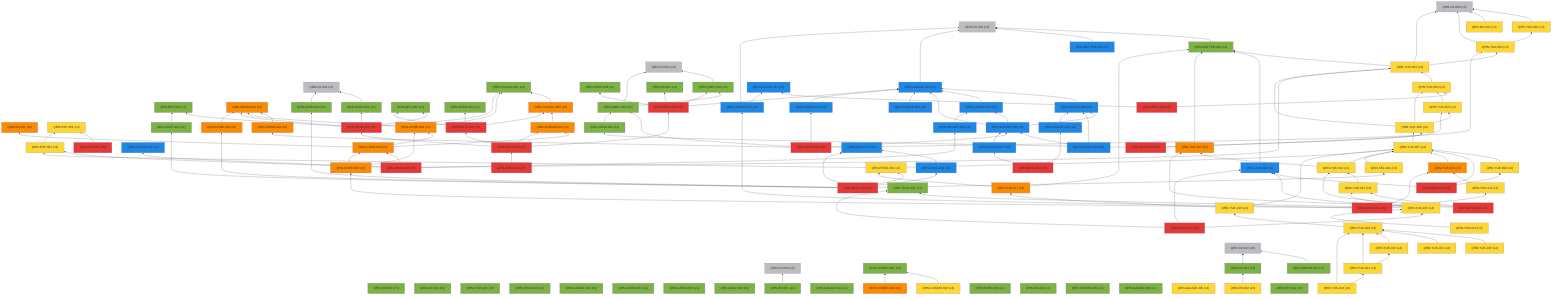
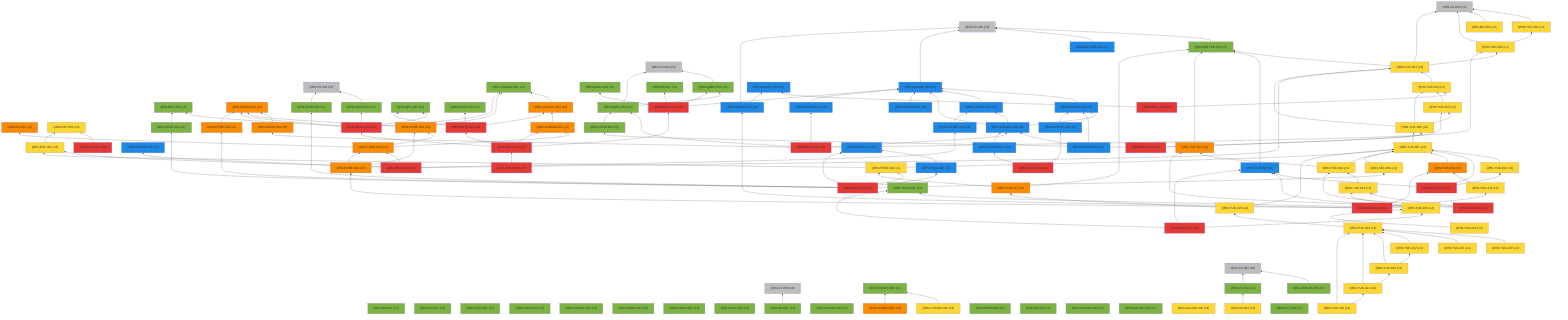
%% 自動生成 (dag/report.pl) — QRN 主張依存グラフ
graph BT
  QRN_C0_001["QRN-C0-001 (c0)"]:::c0
  QRN_C0_002["QRN-C0-002 (c0)"]:::c0
  QRN_C0_003["QRN-C0-003 (c0)"]:::c0
  QRN_C0_004["QRN-C0-004 (c0)"]:::c0
  QRN_C0_005["QRN-C0-005 (c0)"]:::c0
  QRN_C0_006["QRN-C0-006 (c0)"]:::c0
  QRN_QM_001["QRN-QM-001 (c1)"]:::c1
  QRN_GR_001["QRN-GR-001 (c1)"]:::c1
  QRN_STAT_001["QRN-STAT-001 (c1)"]:::c1
  QRN_FIELD_001["QRN-FIELD-001 (c1)"]:::c1
  QRN_GAUGE_001["QRN-GAUGE-001 (c1)"]:::c1
  QRN_ENT_001["QRN-ENT-001 (c1)"]:::c1
  QRN_GEOM_001["QRN-GEOM-001 (c1)"]:::c1
  QRN_GEOM_002["QRN-GEOM-002 (c1)"]:::c1
  QRN_GEOM_003["QRN-GEOM-003 (c3)"]:::c3
  QRN_GRAV_001["QRN-GRAV-001 (c1)"]:::c1
  QRN_GRAV_002["QRN-GRAV-002 (c1)"]:::c1
  QRN_BH_001["QRN-BH-001 (c1)"]:::c1
  QRN_CAUSAL_001["QRN-CAUSAL-001 (c1)"]:::c1
  QRN_CAUSAL_002["QRN-CAUSAL-002 (c3)"]:::c3
  QRN_ER_001["QRN-ER-001 (c3)"]:::c3
  QRN_QEC_001["QRN-QEC-001 (c1)"]:::c1
  QRN_GAUGE_002["QRN-GAUGE-002 (c1)"]:::c1
  QRN_COSMO_001["QRN-COSMO-001 (c1)"]:::c1
  QRN_COSMO_002["QRN-COSMO-002 (c4)"]:::c4
  QRN_COSMO_003["QRN-COSMO-003 (c3)"]:::c3
  QRN_BORN_001["QRN-BORN-001 (c1)"]:::c1
  QRN_BORN_002["QRN-BORN-002 (c1)"]:::c1
  QRN_GRAV_003["QRN-GRAV-003 (c1)"]:::c1
  QRN_KK_001["QRN-KK-001 (c1)"]:::c1
  QRN_MATTER_001["QRN-MATTER-001 (c1)"]:::c1
  QRN_MATTER_002["QRN-MATTER-002 (c2)"]:::c2
  QRN_COSMO_004["QRN-COSMO-004 (c1)"]:::c1
  QRN_EXP_001["QRN-EXP-001 (c4)"]:::c4
  QRN_GAUGE_003["QRN-GAUGE-003 (c2)"]:::c2
  QRN_GAUGE_004["QRN-GAUGE-004 (c1)"]:::c1
  QRN_GAUGE_005["QRN-GAUGE-005 (c4)"]:::c4
  QRN_YUK_001["QRN-YUK-001 (c4)"]:::c4
  QRN_RG_001["QRN-RG-001 (c1)"]:::c1
  QRN_UNRUH_001["QRN-UNRUH-001 (c1)"]:::c1
  QRN_QNEC_001["QRN-QNEC-001 (c1)"]:::c1
  QRN_NU_001["QRN-NU-001 (c4)"]:::c4
  QRN_GAUGE_006["QRN-GAUGE-006 (c2)"]:::c2
  QRN_DS_001["QRN-DS-001 (c1)"]:::c1
  QRN_DS_002["QRN-DS-002 (c4)"]:::c4
  QRN_ARROW_001["QRN-ARROW-001 (c3)"]:::c3
  QRN_GAUGE_007["QRN-GAUGE-007 (c2)"]:::c2
  QRN_EFT_001["QRN-EFT-001 (c1)"]:::c1
  QRN_GAUGE_008["QRN-GAUGE-008 (c2)"]:::c2
  QRN_GAUGE_009["QRN-GAUGE-009 (c2)"]:::c2
  QRN_GAUGE_010["QRN-GAUGE-010 (c2)"]:::c2
  QRN_QNEC_002["QRN-QNEC-002 (c1)"]:::c1
  QRN_GEOM_004["QRN-GEOM-004 (c3)"]:::c3
  QRN_YUK_002["QRN-YUK-002 (c4)"]:::c4
  QRN_EXP_002["QRN-EXP-002 (c5)"]:::c5
  QRN_CORE_001["QRN-CORE-001 (c3)"]:::c3
  QRN_GAUGE_011["QRN-GAUGE-011 (c2)"]:::c2
  QRN_GAUGE_012["QRN-GAUGE-012 (c2)"]:::c2
  QRN_YUK_003["QRN-YUK-003 (c4)"]:::c4
  QRN_EXP_003["QRN-EXP-003 (c4)"]:::c4
  QRN_CORE_002["QRN-CORE-002 (c3)"]:::c3
  QRN_GAUGE_013["QRN-GAUGE-013 (c2)"]:::c2
  QRN_YUK_004["QRN-YUK-004 (c4)"]:::c4
  QRN_GAUGE_014["QRN-GAUGE-014 (c2)"]:::c2
  QRN_META_001["QRN-META-001 (c5)"]:::c5
  QRN_META_002["QRN-META-002 (c5)"]:::c5
  QRN_META_003["QRN-META-003 (c5)"]:::c5
  QRN_META_004["QRN-META-004 (c5)"]:::c5
  QRN_META_005["QRN-META-005 (c5)"]:::c5
  QRN_META_006["QRN-META-006 (c5)"]:::c5
  QRN_META_007["QRN-META-007 (c5)"]:::c5
  QRN_META_008["QRN-META-008 (c5)"]:::c5
  QRN_YUK_005["QRN-YUK-005 (c4)"]:::c4
  QRN_YUK_006["QRN-YUK-006 (c4)"]:::c4
  QRN_CORE_003["QRN-CORE-003 (c1)"]:::c1
  QRN_META_009["QRN-META-009 (c5)"]:::c5
  QRN_YUK_007["QRN-YUK-007 (c4)"]:::c4
  QRN_YUK_008["QRN-YUK-008 (c4)"]:::c4
  QRN_YUK_009["QRN-YUK-009 (c2)"]:::c2
  QRN_META_010["QRN-META-010 (c5)"]:::c5
  QRN_GAUGE_015["QRN-GAUGE-015 (c2)"]:::c2
  QRN_YUK_010["QRN-YUK-010 (c3)"]:::c3
  QRN_YUK_011["QRN-YUK-011 (c4)"]:::c4
  QRN_CORE_004["QRN-CORE-004 (c3)"]:::c3
  QRN_META_011["QRN-META-011 (c5)"]:::c5
  QRN_YUK_012["QRN-YUK-012 (c3)"]:::c3
  QRN_YUK_013["QRN-YUK-013 (c4)"]:::c4
  QRN_YUK_014["QRN-YUK-014 (c4)"]:::c4
  QRN_META_012["QRN-META-012 (c5)"]:::c5
  QRN_TOOL_001["QRN-TOOL-001 (c1)"]:::c1
  QRN_YUK_015["QRN-YUK-015 (c4)"]:::c4
  QRN_META_013["QRN-META-013 (c5)"]:::c5
  QRN_GAUGE_016["QRN-GAUGE-016 (c2)"]:::c2
  QRN_GAUGE_017["QRN-GAUGE-017 (c2)"]:::c2
  QRN_META_014["QRN-META-014 (c5)"]:::c5
  QRN_META_015["QRN-META-015 (c2)"]:::c2
  QRN_TOOL_002["QRN-TOOL-002 (c2)"]:::c2
  QRN_CORE_005["QRN-CORE-005 (c3)"]:::c3
  QRN_CONT_001["QRN-CONT-001 (c1)"]:::c1
  QRN_SEL_001["QRN-SEL-001 (c4)"]:::c4
  QRN_GRAV_004["QRN-GRAV-004 (c1)"]:::c1
  QRN_PRED_001["QRN-PRED-001 (c4)"]:::c4
  QRN_META_016["QRN-META-016 (c5)"]:::c5
  QRN_YUK_016["QRN-YUK-016 (c4)"]:::c4
  QRN_YUK_017["QRN-YUK-017 (c3)"]:::c3
  QRN_YUK_018["QRN-YUK-018 (c4)"]:::c4
  QRN_YUK_019["QRN-YUK-019 (c4)"]:::c4
  QRN_YUK_020["QRN-YUK-020 (c4)"]:::c4
  QRN_YUK_021["QRN-YUK-021 (c4)"]:::c4
  QRN_YUK_022["QRN-YUK-022 (c4)"]:::c4
  QRN_YUK_023["QRN-YUK-023 (c4)"]:::c4
  QRN_YUK_024["QRN-YUK-024 (c4)"]:::c4
+   QRN_YUK_025["QRN-YUK-025 (c4)"]:::c4
  QRN_GRAV_001 --> QRN_C0_001
  QRN_BH_001 --> QRN_C0_003
  QRN_CAUSAL_002 --> QRN_CAUSAL_001
  QRN_COSMO_002 --> QRN_COSMO_001
  QRN_COSMO_003 --> QRN_COSMO_001
  QRN_MATTER_001 --> QRN_C0_005
  QRN_MATTER_002 --> QRN_C0_005
  QRN_GAUGE_003 --> QRN_C0_005
  QRN_YUK_001 --> QRN_C0_006
  QRN_UNRUH_001 --> QRN_C0_004
  QRN_QNEC_001 --> QRN_C0_002
  QRN_NU_001 --> QRN_C0_006
  QRN_GAUGE_006 --> QRN_GAUGE_003
  QRN_DS_001 --> QRN_C0_004
  QRN_DS_002 --> QRN_DS_001
  QRN_ARROW_001 --> QRN_CAUSAL_002
  QRN_GAUGE_007 --> QRN_GAUGE_003
  QRN_GAUGE_008 --> QRN_GAUGE_003
  QRN_GAUGE_008 --> QRN_GAUGE_006
  QRN_GAUGE_008 --> QRN_GAUGE_007
  QRN_GAUGE_009 --> QRN_GAUGE_003
  QRN_GAUGE_010 --> QRN_GAUGE_006
  QRN_GAUGE_010 --> QRN_GAUGE_008
  QRN_QNEC_002 --> QRN_C0_002
  QRN_QNEC_002 --> QRN_QNEC_001
  QRN_GEOM_004 --> QRN_GEOM_003
  QRN_YUK_002 --> QRN_C0_006
  QRN_YUK_002 --> QRN_YUK_001
  QRN_EXP_002 --> QRN_EXP_001
  QRN_CORE_001 --> QRN_GEOM_003
  QRN_CORE_001 --> QRN_CAUSAL_001
  QRN_GAUGE_011 --> QRN_GAUGE_003
  QRN_YUK_003 --> QRN_C0_006
  QRN_YUK_003 --> QRN_MATTER_001
  QRN_YUK_003 --> QRN_YUK_002
  QRN_EXP_003 --> QRN_EXP_001
  QRN_CORE_002 --> QRN_CORE_001
  QRN_CORE_002 --> QRN_ER_001
  QRN_CORE_002 --> QRN_ARROW_001
  QRN_GAUGE_013 --> QRN_GAUGE_007
  QRN_YUK_004 --> QRN_YUK_003
  QRN_META_001 --> QRN_GEOM_003
  QRN_META_001 --> QRN_GRAV_001
  QRN_META_001 --> QRN_CAUSAL_001
  QRN_META_001 --> QRN_QEC_001
  QRN_META_001 --> QRN_ENT_001
  QRN_META_002 --> QRN_QEC_001
  QRN_META_002 --> QRN_BORN_001
  QRN_META_002 --> QRN_CAUSAL_002
  QRN_META_003 --> QRN_GAUGE_003
  QRN_META_003 --> QRN_RG_001
  QRN_META_003 --> QRN_QNEC_001
  QRN_META_003 --> QRN_GRAV_003
  QRN_META_004 --> QRN_META_001
  QRN_META_004 --> QRN_META_002
  QRN_META_004 --> QRN_META_003
  QRN_META_004 --> QRN_ARROW_001
  QRN_META_005 --> QRN_META_004
  QRN_META_006 --> QRN_GAUGE_008
  QRN_META_006 --> QRN_QNEC_002
  QRN_META_006 --> QRN_GEOM_004
  QRN_META_006 --> QRN_YUK_002
  QRN_META_006 --> QRN_GAUGE_011
  QRN_META_007 --> QRN_GAUGE_012
  QRN_META_007 --> QRN_YUK_003
  QRN_META_007 --> QRN_EXP_003
  QRN_META_007 --> QRN_CORE_002
  QRN_META_007 --> QRN_GAUGE_013
  QRN_META_008 --> QRN_YUK_004
  QRN_META_008 --> QRN_GAUGE_014
  QRN_YUK_005 --> QRN_YUK_004
  QRN_YUK_006 --> QRN_YUK_003
  QRN_YUK_006 --> QRN_YUK_004
  QRN_YUK_006 --> QRN_YUK_005
  QRN_CORE_003 --> QRN_QNEC_002
  QRN_META_009 --> QRN_YUK_005
  QRN_META_009 --> QRN_YUK_006
  QRN_META_009 --> QRN_CORE_003
  QRN_YUK_007 --> QRN_YUK_006
  QRN_YUK_008 --> QRN_YUK_007
  QRN_YUK_009 --> QRN_MATTER_001
  QRN_META_010 --> QRN_YUK_007
  QRN_META_010 --> QRN_YUK_008
  QRN_META_010 --> QRN_YUK_009
  QRN_GAUGE_015 --> QRN_C0_005
  QRN_GAUGE_015 --> QRN_GAUGE_014
  QRN_YUK_010 --> QRN_YUK_007
  QRN_YUK_011 --> QRN_YUK_010
  QRN_CORE_004 --> QRN_CORE_001
  QRN_CORE_004 --> QRN_CORE_002
  QRN_META_011 --> QRN_GAUGE_015
  QRN_META_011 --> QRN_YUK_010
  QRN_META_011 --> QRN_YUK_011
  QRN_META_011 --> QRN_CORE_004
  QRN_YUK_012 --> QRN_MATTER_001
  QRN_YUK_013 --> QRN_YUK_012
  QRN_YUK_013 --> QRN_YUK_007
  QRN_YUK_014 --> QRN_YUK_013
  QRN_META_012 --> QRN_YUK_012
  QRN_META_012 --> QRN_YUK_013
  QRN_META_012 --> QRN_YUK_014
  QRN_YUK_015 --> QRN_YUK_014
  QRN_YUK_015 --> QRN_TOOL_001
  QRN_YUK_015 --> QRN_YUK_009
  QRN_META_013 --> QRN_YUK_015
  QRN_META_013 --> QRN_TOOL_001
  QRN_META_013 --> QRN_YUK_009
  QRN_GAUGE_016 --> QRN_GAUGE_006
  QRN_GAUGE_017 --> QRN_GAUGE_008
  QRN_META_014 --> QRN_GAUGE_016
  QRN_META_014 --> QRN_GAUGE_017
  QRN_TOOL_002 --> QRN_META_015
  QRN_CORE_005 --> QRN_GEOM_003
  QRN_CONT_001 --> QRN_ENT_001
  QRN_SEL_001 --> QRN_YUK_007
  QRN_GRAV_004 --> QRN_C0_001
  QRN_PRED_001 --> QRN_YUK_007
  QRN_PRED_001 --> QRN_EXP_003
  QRN_META_016 --> QRN_META_015
  QRN_META_016 --> QRN_TOOL_002
  QRN_META_016 --> QRN_CORE_005
  QRN_META_016 --> QRN_CONT_001
  QRN_META_016 --> QRN_SEL_001
  QRN_META_016 --> QRN_GRAV_004
  QRN_META_016 --> QRN_PRED_001
  QRN_YUK_016 --> QRN_YUK_015
  QRN_YUK_017 --> QRN_MATTER_001
  QRN_YUK_017 --> QRN_PRED_001
  QRN_YUK_018 --> QRN_YUK_017
  QRN_YUK_018 --> QRN_YUK_007
  QRN_YUK_019 --> QRN_YUK_018
  QRN_YUK_020 --> QRN_YUK_019
  QRN_YUK_021 --> QRN_YUK_019
  QRN_YUK_022 --> QRN_YUK_019
  QRN_YUK_023 --> QRN_YUK_019
  QRN_YUK_023 --> QRN_YUK_022
  QRN_YUK_024 --> QRN_YUK_019
  QRN_YUK_024 --> QRN_YUK_023
+   QRN_YUK_025 --> QRN_YUK_019
+   QRN_YUK_025 --> QRN_YUK_024
  classDef c0 fill:#bdbdbd
  classDef c1 fill:#7cb342
  classDef c2 fill:#1e88e5
  classDef c3 fill:#fb8c00
  classDef c4 fill:#fdd835
  classDef c5 fill:#e53935
